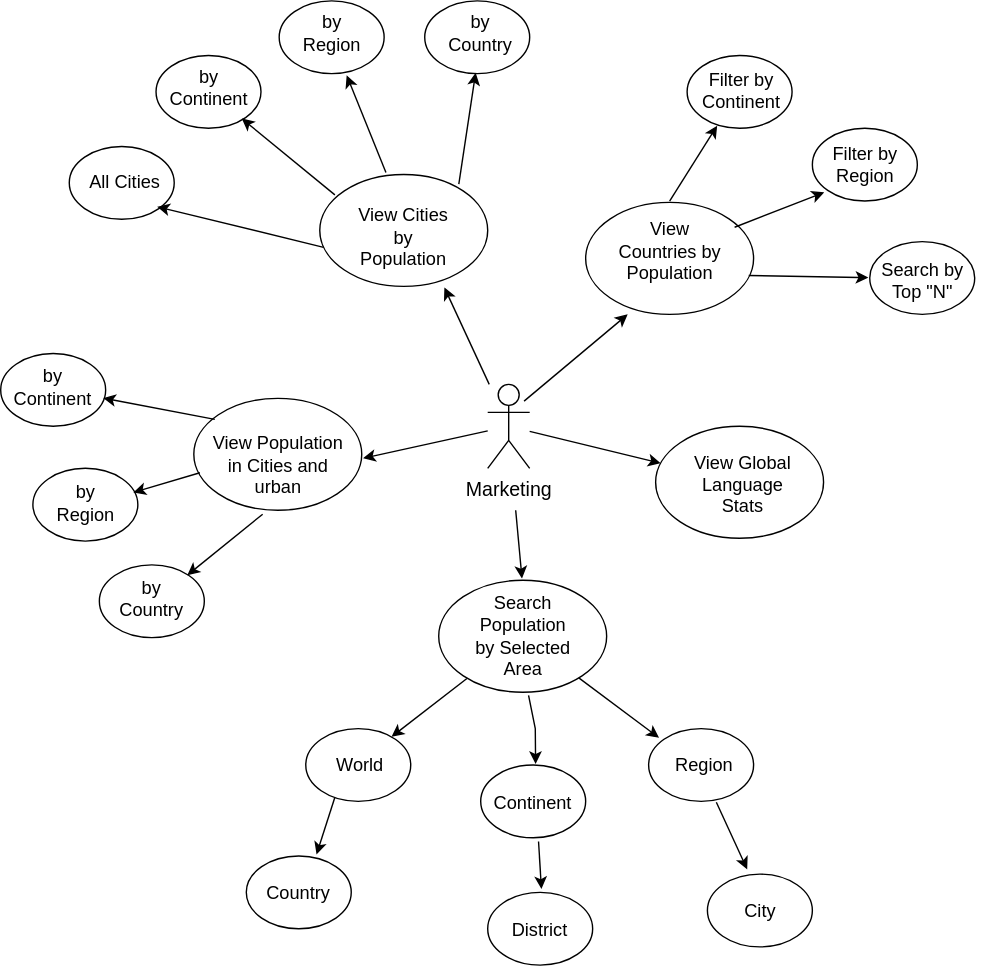
Earlier version of the draw.io export use-case/U_Case_Diagram.svg (stevecastillonapier/Group16Devops). Source tidied: cells renumbered, new cells last; positions are measured from the earlier drawing's top-left corner, leaving out a move shared by most shapes.
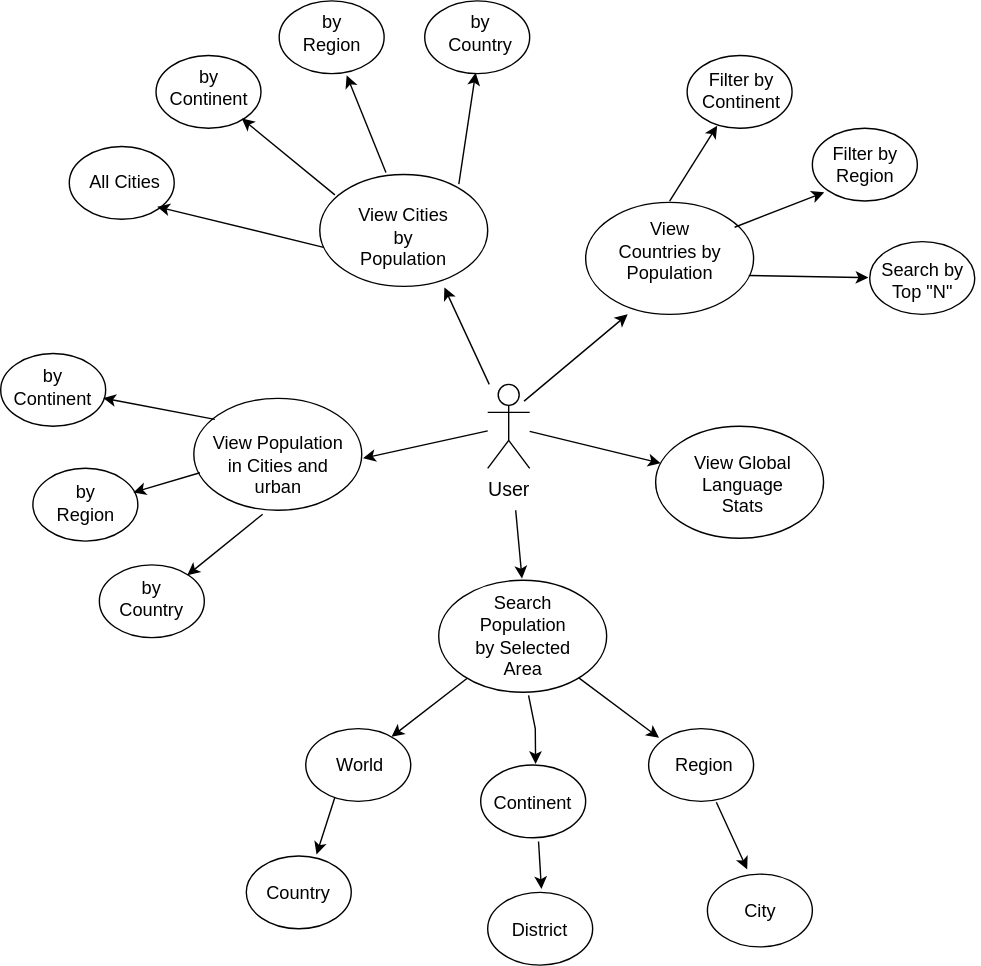
The same diagram one commit later.

Commit message:
update diagram to include Marketing Manager

What changed in the source:
```diff
@@ -17,7 +17,7 @@
     <mxCell id="6" style="ellipse;whiteSpace=wrap;html=1;" parent="1" vertex="1">
       <mxGeometry x="313" y="414" width="120" height="80" as="geometry" />
     </mxCell>
-    <mxCell id="7" value="Marketing" style="shape=umlActor;verticalLabelPosition=bottom;verticalAlign=top;html=1;outlineConnect=0;fontSize=14;" parent="1" vertex="1">
+    <mxCell id="7" value="User" style="shape=umlActor;verticalLabelPosition=bottom;verticalAlign=top;html=1;outlineConnect=0;fontSize=14;" parent="1" vertex="1">
       <mxGeometry x="348" y="274" width="30" height="60" as="geometry" />
     </mxCell>
     <mxCell id="8" style="endArrow=classic;html=1;rounded=0;entryX=1.008;entryY=0.535;entryDx=0;entryDy=0;entryPerimeter=0;labelBorderColor=default;" parent="1" edge="1" source="7" target="5">
```
